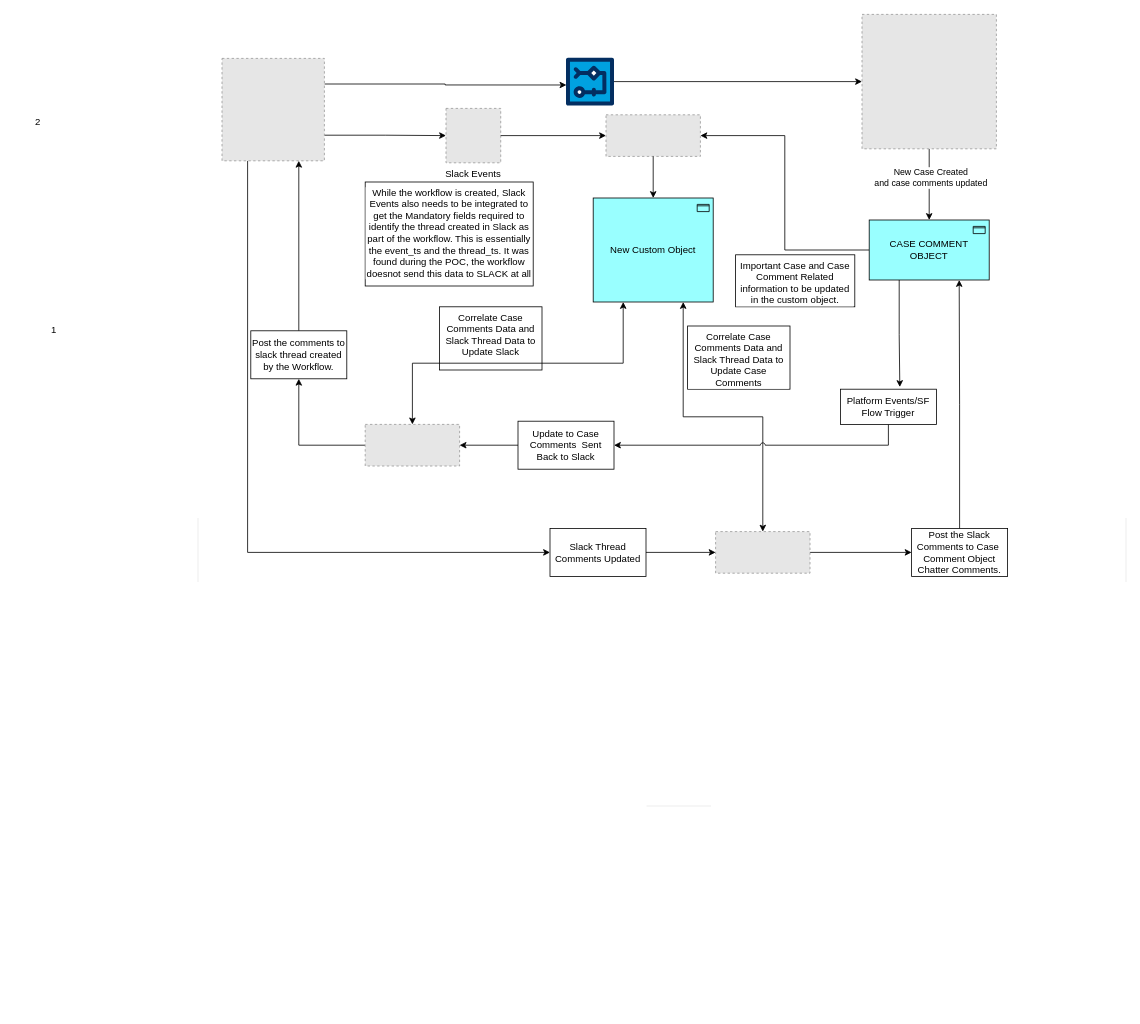
Before: Untitled Diagram.drawio in sumanchatterjee3/draw-io, a draw.io diagram. Source tidied: cells renumbered, new cells numbered last; positions are measured from the earlier drawing's top-left corner, leaving out a move shared by most shapes. Both pictures are drawn from the tidied source at 80%, with x=0, y=0 at pixel (14, 14). Pictures stored in the file or linked from it are replaced by grey dashed boxes.
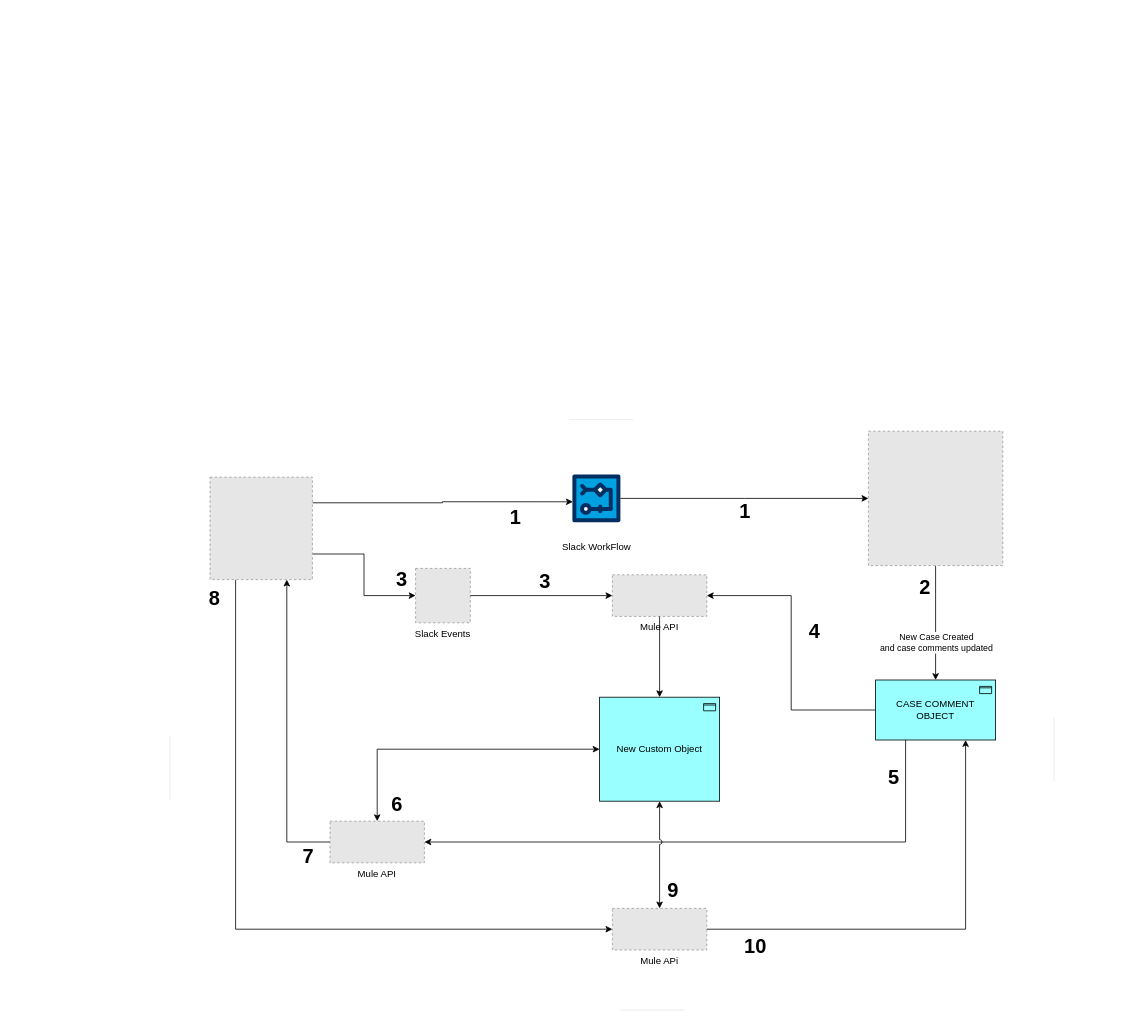
After the change.

The change refers to these unchanged cells:
```xml
<mxCell id="6" style="edgeStyle=orthogonalEdgeStyle;rounded=0;jettySize=auto;html=1;entryX=0.5;entryY=0;entryDx=0;entryDy=0;entryPerimeter=0;" parent="1" edge="1" source="8" target="14">
  <mxGeometry relative="1" as="geometry" />
</mxCell>
```

What changed in the source:
```diff
@@
-    <mxCell id="4" style="edgeStyle=orthogonalEdgeStyle;rounded=0;jettySize=auto;html=1;entryX=0;entryY=0.5;entryDx=0;entryDy=0;exitX=0.25;exitY=1;exitDx=0;exitDy=0;" parent="1" edge="1" source="5" target="18">
+    <mxCell id="4" style="edgeStyle=orthogonalEdgeStyle;rounded=0;jettySize=auto;html=1;entryX=0;entryY=0.5;entryDx=0;entryDy=0;exitX=0.25;exitY=1;exitDx=0;exitDy=0;" parent="1" edge="1" source="5" target="21">
       <mxGeometry relative="1" as="geometry" />
     </mxCell>
     <mxCell id="5" style="fillColor=#E6E6E6;strokeColor=#999999;dashed=1;html=1;verticalAlign=top;verticalLabelPosition=bottom;labelBackgroundColor=#ffffff;" parent="1" vertex="1">
-      <mxGeometry x="260" y="55.5" width="128" height="128" as="geometry" />
+      <mxGeometry x="245" y="579" width="128" height="128" as="geometry" />
     </mxCell>
@@
     <mxCell id="7" value="New Case Created&lt;br&gt;and case comments updated" style="edgeLabel;html=1;align=center;verticalAlign=middle;" parent="6" vertex="1">
-      <mxGeometry x="-0.2" y="1" relative="1" as="geometry" />
+      <mxGeometry x="-0.2" y="1" relative="1" as="geometry">
+        <mxPoint x="-1" y="39" as="offset" />
+      </mxGeometry>
     </mxCell>
     <mxCell id="8" style="fillColor=#E6E6E6;strokeColor=#999999;dashed=1;verticalLabelPosition=bottom;verticalAlign=top;" parent="1" vertex="1">
-      <mxGeometry x="1060" y="0.5" width="168" height="168" as="geometry" />
+      <mxGeometry x="1068" y="521.5" width="168" height="168" as="geometry" />
     </mxCell>
-    <mxCell id="9" style="edgeStyle=orthogonalEdgeStyle;rounded=0;jettySize=auto;html=1;entryX=0.5;entryY=1;entryDx=0;entryDy=0;" parent="1" edge="1" source="10" target="16">
+    <mxCell id="9" style="edgeStyle=orthogonalEdgeStyle;rounded=0;jettySize=auto;html=1;entryX=0.75;entryY=1;entryDx=0;entryDy=0;" parent="1" edge="1" source="10" target="5">
       <mxGeometry relative="1" as="geometry" />
     </mxCell>
-    <mxCell id="10" style="fillColor=#E6E6E6;strokeColor=#999999;dashed=1;verticalLabelPosition=bottom;verticalAlign=top;" parent="1" vertex="1">
-      <mxGeometry x="439" y="513" width="118" height="52" as="geometry" />
+    <mxCell id="10" value="Mule API" style="fillColor=#E6E6E6;strokeColor=#999999;dashed=1;verticalLabelPosition=bottom;verticalAlign=top;" parent="1" vertex="1">
+      <mxGeometry x="395" y="1009" width="118" height="52" as="geometry" />
     </mxCell>
-    <mxCell id="11" style="edgeStyle=orthogonalEdgeStyle;rounded=0;jettySize=auto;html=1;entryX=1;entryY=0.5;entryDx=0;entryDy=0;" parent="1" edge="1" source="12" target="10">
-      <mxGeometry relative="1" as="geometry" />
-    </mxCell>
-    <mxCell id="12" value="Update to Case Comments&amp;nbsp; Sent Back to Slack" style="rounded=0;whiteSpace=wrap;html=1;" parent="1" vertex="1">
-      <mxGeometry x="630" y="509" width="120" height="60" as="geometry" />
-    </mxCell>
@@
+    <mxCell id="45" style="edgeStyle=orthogonalEdgeStyle;rounded=0;jettySize=auto;html=1;exitX=0.25;exitY=1;exitDx=0;exitDy=0;exitPerimeter=0;entryX=1;entryY=0.5;entryDx=0;entryDy=0;" parent="1" edge="1" source="14" target="10">
+      <mxGeometry relative="1" as="geometry" />
+    </mxCell>
     <mxCell id="14" value="CASE COMMENT&lt;br&gt;OBJECT" style="html=1;outlineConnect=0;whiteSpace=wrap;fillColor=#99ffff;shape=mxgraph.archimate3.application;appType=passive;archiType=square;" parent="1" vertex="1">
-      <mxGeometry x="1069" y="257.5" width="150" height="75" as="geometry" />
+      <mxGeometry x="1077" y="832.5" width="150" height="75" as="geometry" />
     </mxCell>
-    <mxCell id="15" style="edgeStyle=orthogonalEdgeStyle;rounded=0;jettySize=auto;html=1;entryX=0.75;entryY=1;entryDx=0;entryDy=0;exitX=0.5;exitY=0;exitDx=0;exitDy=0;" parent="1" edge="1" source="16" target="5">
-      <mxGeometry relative="1" as="geometry" />
-    </mxCell>
-    <mxCell id="16" value="Post the comments to slack thread created by the Workflow." style="rounded=0;whiteSpace=wrap;html=1;" parent="1" vertex="1">
-      <mxGeometry x="296" y="396" width="120" height="60" as="geometry" />
-    </mxCell>
-    <mxCell id="17" style="edgeStyle=orthogonalEdgeStyle;rounded=0;jettySize=auto;html=1;entryX=0;entryY=0.5;entryDx=0;entryDy=0;" parent="1" edge="1" source="18" target="21">
-      <mxGeometry relative="1" as="geometry" />
-    </mxCell>
-    <mxCell id="18" value="Slack Thread Comments Updated" style="rounded=0;whiteSpace=wrap;html=1;" parent="1" vertex="1">
-      <mxGeometry x="670" y="643" width="120" height="60" as="geometry" />
-    </mxCell>
-    <mxCell id="19" value="Post the Slack Comments to Case&amp;nbsp; Comment Object Chatter Comments." style="rounded=0;whiteSpace=wrap;html=1;" parent="1" vertex="1">
-      <mxGeometry x="1122" y="643" width="120" height="60" as="geometry" />
-    </mxCell>
-    <mxCell id="20" style="edgeStyle=orthogonalEdgeStyle;rounded=0;jettySize=auto;html=1;entryX=0;entryY=0.5;entryDx=0;entryDy=0;" parent="1" edge="1" source="21" target="19">
-      <mxGeometry relative="1" as="geometry" />
-    </mxCell>
-    <mxCell id="21" style="fillColor=#E6E6E6;strokeColor=#999999;dashed=1;verticalLabelPosition=bottom;verticalAlign=top;" parent="1" vertex="1">
-      <mxGeometry x="877" y="647" width="118" height="52" as="geometry" />
+    <mxCell id="21" value="Mule APi" style="fillColor=#E6E6E6;strokeColor=#999999;dashed=1;verticalLabelPosition=bottom;verticalAlign=top;" parent="1" vertex="1">
+      <mxGeometry x="748" y="1118" width="118" height="52" as="geometry" />
     </mxCell>
-    <mxCell id="22" style="edgeStyle=orthogonalEdgeStyle;rounded=0;jettySize=auto;html=1;entryX=0.75;entryY=1;entryDx=0;entryDy=0;entryPerimeter=0;" parent="1" edge="1" source="19" target="14">
+    <mxCell id="22" style="edgeStyle=orthogonalEdgeStyle;rounded=0;jettySize=auto;html=1;entryX=0.75;entryY=1;entryDx=0;entryDy=0;entryPerimeter=0;exitX=1;exitY=0.5;exitDx=0;exitDy=0;" parent="1" edge="1" source="21" target="14">
       <mxGeometry relative="1" as="geometry" />
     </mxCell>
     <mxCell id="23" style="endArrow=none;dashed=1;html=1;dashPattern=1 3;strokeWidth=0;rounded=0;" parent="1" edge="1">
       <mxGeometry relative="1" as="geometry">
-        <mxPoint x="230" y="710" as="sourcePoint" />
-        <mxPoint x="230" y="630" as="targetPoint" />
+        <mxPoint x="195" y="982" as="sourcePoint" />
+        <mxPoint x="195" y="902" as="targetPoint" />
       </mxGeometry>
     </mxCell>
     <mxCell id="24" style="endArrow=none;dashed=1;html=1;dashPattern=1 3;strokeWidth=0;rounded=0;" parent="1" edge="1">
       <mxGeometry relative="1" as="geometry">
-        <mxPoint x="1390" y="710" as="sourcePoint" />
-        <mxPoint x="1390" y="630" as="targetPoint" />
+        <mxPoint x="1300" y="959" as="sourcePoint" />
+        <mxPoint x="1300" y="879" as="targetPoint" />
       </mxGeometry>
     </mxCell>
     <mxCell id="25" style="endArrow=none;dashed=1;html=1;dashPattern=1 3;strokeWidth=0;rounded=0;" parent="1" edge="1">
       <mxGeometry relative="1" as="geometry">
-        <mxPoint x="870" y="350" as="sourcePoint" />
-        <mxPoint x="789.4" y="350" as="targetPoint" />
+        <mxPoint x="878" y="925" as="sourcePoint" />
+        <mxPoint x="797.4" y="925" as="targetPoint" />
       </mxGeometry>
     </mxCell>
     <mxCell id="26" style="endArrow=none;dashed=1;html=1;dashPattern=1 3;strokeWidth=0;rounded=0;" parent="1" edge="1">
       <mxGeometry relative="1" as="geometry">
-        <mxPoint x="871.3" y="990" as="sourcePoint" />
-        <mxPoint x="790.7" y="990" as="targetPoint" />
+        <mxPoint x="838.6" y="1245" as="sourcePoint" />
+        <mxPoint x="758" y="1245" as="targetPoint" />
       </mxGeometry>
     </mxCell>
-    <mxCell id="27" value="While the workflow is created, Slack Events also needs to be integrated to get the Mandatory fields required to identify the thread created in Slack as part of the workflow. This is essentially the event_ts and the thread_ts. It was found during the POC, the workflow doesnot send this data to SLACK at all" style="whiteSpace=wrap;html=1;verticalAlign=top;labelBackgroundColor=#ffffff;" parent="1" vertex="1">
-      <mxGeometry x="439" y="210" width="210" height="130" as="geometry" />
-    </mxCell>
-    <mxCell id="28" style="edgeStyle=orthogonalEdgeStyle;rounded=0;jettySize=auto;html=1;exitX=0.75;exitY=1;exitDx=0;exitDy=0;exitPerimeter=0;entryX=0.5;entryY=0;entryDx=0;entryDy=0;jumpStyle=arc;startArrow=classic;startFill=1;" parent="1" edge="1" source="29" target="21">
+    <mxCell id="28" style="edgeStyle=orthogonalEdgeStyle;rounded=0;jettySize=auto;html=1;startArrow=classic;startFill=1;jumpStyle=arc;" parent="1" edge="1" source="29" target="21">
       <mxGeometry relative="1" as="geometry" />
     </mxCell>
     <mxCell id="29" value="New Custom Object" style="html=1;outlineConnect=0;whiteSpace=wrap;fillColor=#99ffff;shape=mxgraph.archimate3.application;appType=passive;archiType=square;" parent="1" vertex="1">
-      <mxGeometry x="724" y="230" width="150" height="130" as="geometry" />
+      <mxGeometry x="732" y="854" width="150" height="130" as="geometry" />
     </mxCell>
-    <mxCell id="30" value="2" style="text;html=1;strokeColor=none;fillColor=none;align=center;verticalAlign=middle;whiteSpace=wrap;rounded=0;" parent="1" vertex="1">
-      <mxGeometry y="120" width="60" height="30" as="geometry" />
-    </mxCell>
-    <mxCell id="31" value="1&lt;br&gt;" style="text;html=1;strokeColor=none;fillColor=none;align=center;verticalAlign=middle;whiteSpace=wrap;rounded=0;" parent="1" vertex="1">
-      <mxGeometry x="20" y="380" width="60" height="30" as="geometry" />
-    </mxCell>
@@
-    <mxCell id="33" style="verticalLabelPosition=bottom;html=1;shape=mxgraph.salesforce.workflow;" parent="1" vertex="1">
-      <mxGeometry x="690" y="54.5" width="60" height="60" as="geometry" />
+    <mxCell id="33" value="Slack WorkFlow" style="verticalLabelPosition=bottom;html=1;shape=mxgraph.salesforce.workflow;" parent="1" vertex="1">
+      <mxGeometry x="698" y="575.5" width="60" height="60" as="geometry" />
     </mxCell>
-    <mxCell id="34" value="Correlate Case Comments Data and Slack Thread Data to Update Slack" style="whiteSpace=wrap;html=1;verticalAlign=top;labelBackgroundColor=#ffffff;" parent="1" vertex="1">
-      <mxGeometry x="532" y="366" width="128" height="79" as="geometry" />
-    </mxCell>
     <mxCell id="35" value="Slack Events" style="fillColor=#E6E6E6;strokeColor=#999999;dashed=1;verticalLabelPosition=bottom;verticalAlign=top;" parent="1" vertex="1">
-      <mxGeometry x="540" y="118" width="68.4" height="68" as="geometry" />
+      <mxGeometry x="502" y="693" width="68.4" height="68" as="geometry" />
     </mxCell>
@@
-    <mxCell id="37" value="Important Case and Case Comment Related information to be updated in the custom object." style="whiteSpace=wrap;html=1;verticalAlign=top;labelBackgroundColor=#ffffff;" parent="1" vertex="1">
-      <mxGeometry x="902" y="301" width="149" height="65" as="geometry" />
-    </mxCell>
-    <mxCell id="38" style="edgeStyle=orthogonalEdgeStyle;rounded=0;jettySize=auto;html=1;exitX=0.25;exitY=1;exitDx=0;exitDy=0;exitPerimeter=0;entryX=0.5;entryY=0;entryDx=0;entryDy=0;startArrow=classic;startFill=1;" parent="1" edge="1" source="29" target="10">
-      <mxGeometry relative="1" as="geometry" />
+    <mxCell id="38" style="edgeStyle=orthogonalEdgeStyle;rounded=0;jettySize=auto;html=1;exitX=0;exitY=0.5;exitDx=0;exitDy=0;exitPerimeter=0;entryX=0.5;entryY=0;entryDx=0;entryDy=0;startArrow=classic;startFill=1;" parent="1" edge="1" source="29" target="10">
+      <mxGeometry relative="1" as="geometry">
+        <Array as="points">
+          <mxPoint x="454" y="919" />
+        </Array>
+      </mxGeometry>
     </mxCell>
-    <mxCell id="39" value="Correlate Case Comments Data and Slack Thread Data to Update Case Comments" style="whiteSpace=wrap;html=1;verticalAlign=top;labelBackgroundColor=#ffffff;" parent="1" vertex="1">
-      <mxGeometry x="842" y="390" width="128" height="79" as="geometry" />
-    </mxCell>
-    <mxCell id="40" style="edgeStyle=orthogonalEdgeStyle;rounded=0;jettySize=auto;html=1;entryX=0.619;entryY=-0.062;entryDx=0;entryDy=0;exitX=0.25;exitY=1;exitDx=0;exitDy=0;exitPerimeter=0;entryPerimeter=0;" parent="1" edge="1" source="14" target="42">
-      <mxGeometry relative="1" as="geometry" />
-    </mxCell>
-    <mxCell id="41" style="edgeStyle=orthogonalEdgeStyle;rounded=0;jettySize=auto;html=1;entryX=1;entryY=0.5;entryDx=0;entryDy=0;exitX=0.5;exitY=1;exitDx=0;exitDy=0;jumpStyle=arc;" parent="1" edge="1" source="42" target="12">
-      <mxGeometry relative="1" as="geometry" />
-    </mxCell>
-    <mxCell id="42" value="Platform Events/SF Flow Trigger" style="rounded=0;whiteSpace=wrap;html=1;" parent="1" vertex="1">
-      <mxGeometry x="1033" y="469" width="120" height="44" as="geometry" />
-    </mxCell>
-    <mxCell id="43" style="fillColor=#E6E6E6;strokeColor=#999999;dashed=1;verticalLabelPosition=bottom;verticalAlign=top;" parent="1" vertex="1">
-      <mxGeometry x="740" y="126" width="118" height="52" as="geometry" />
+    <mxCell id="43" value="Mule API" style="fillColor=#E6E6E6;strokeColor=#999999;dashed=1;verticalLabelPosition=bottom;verticalAlign=top;" parent="1" vertex="1">
+      <mxGeometry x="748" y="701" width="118" height="52" as="geometry" />
     </mxCell>
@@
+    <mxCell id="46" style="endArrow=none;dashed=1;html=1;dashPattern=1 3;strokeWidth=0;rounded=0;" parent="1" edge="1">
+      <mxGeometry relative="1" as="geometry">
+        <mxPoint x="774.6" y="507" as="sourcePoint" />
+        <mxPoint x="694" y="507" as="targetPoint" />
+      </mxGeometry>
+    </mxCell>
+    <mxCell id="47" value="&lt;b&gt;&lt;font style=&quot;font-size: 25px;&quot;&gt;1&lt;/font&gt;&lt;/b&gt;" style="text;html=1;strokeColor=none;fillColor=none;align=center;verticalAlign=middle;whiteSpace=wrap;rounded=0;" parent="1" vertex="1">
+      <mxGeometry x="597" y="613" width="60" height="30" as="geometry" />
+    </mxCell>
+    <mxCell id="48" value="&lt;b&gt;&lt;font style=&quot;font-size: 25px;&quot;&gt;1&lt;/font&gt;&lt;/b&gt;" style="text;html=1;strokeColor=none;fillColor=none;align=center;verticalAlign=middle;whiteSpace=wrap;rounded=0;" parent="1" vertex="1">
+      <mxGeometry x="884" y="605.5" width="60" height="30" as="geometry" />
+    </mxCell>
+    <mxCell id="30" value="&lt;b&gt;&lt;font style=&quot;font-size: 25px;&quot;&gt;2&lt;/font&gt;&lt;/b&gt;" style="text;html=1;strokeColor=none;fillColor=none;align=center;verticalAlign=middle;whiteSpace=wrap;rounded=0;" parent="1" vertex="1">
+      <mxGeometry x="1109" y="701" width="60" height="30" as="geometry" />
+    </mxCell>
+    <mxCell id="49" value="&lt;b&gt;&lt;font style=&quot;font-size: 25px;&quot;&gt;3&lt;/font&gt;&lt;/b&gt;" style="text;html=1;strokeColor=none;fillColor=none;align=center;verticalAlign=middle;whiteSpace=wrap;rounded=0;" parent="1" vertex="1">
+      <mxGeometry x="455" y="689.5" width="60" height="30" as="geometry" />
+    </mxCell>
+    <mxCell id="50" value="&lt;b&gt;&lt;font style=&quot;font-size: 25px;&quot;&gt;3&lt;/font&gt;&lt;/b&gt;" style="text;html=1;strokeColor=none;fillColor=none;align=center;verticalAlign=middle;whiteSpace=wrap;rounded=0;" parent="1" vertex="1">
+      <mxGeometry x="634" y="693" width="60" height="30" as="geometry" />
+    </mxCell>
+    <mxCell id="51" value="&lt;b&gt;&lt;font style=&quot;font-size: 25px;&quot;&gt;4&lt;/font&gt;&lt;/b&gt;" style="text;html=1;strokeColor=none;fillColor=none;align=center;verticalAlign=middle;whiteSpace=wrap;rounded=0;" parent="1" vertex="1">
+      <mxGeometry x="971" y="755" width="60" height="30" as="geometry" />
+    </mxCell>
+    <mxCell id="52" value="&lt;b&gt;&lt;font style=&quot;font-size: 25px;&quot;&gt;5&lt;/font&gt;&lt;/b&gt;" style="text;html=1;strokeColor=none;fillColor=none;align=center;verticalAlign=middle;whiteSpace=wrap;rounded=0;" parent="1" vertex="1">
+      <mxGeometry x="1070" y="938" width="60" height="30" as="geometry" />
+    </mxCell>
+    <mxCell id="53" value="&lt;b&gt;&lt;font style=&quot;font-size: 25px;&quot;&gt;6&lt;/font&gt;&lt;/b&gt;" style="text;html=1;strokeColor=none;fillColor=none;align=center;verticalAlign=middle;whiteSpace=wrap;rounded=0;" parent="1" vertex="1">
+      <mxGeometry x="449" y="972" width="60" height="30" as="geometry" />
+    </mxCell>
+    <mxCell id="54" value="&lt;b&gt;&lt;font style=&quot;font-size: 25px;&quot;&gt;7&lt;/font&gt;&lt;/b&gt;" style="text;html=1;strokeColor=none;fillColor=none;align=center;verticalAlign=middle;whiteSpace=wrap;rounded=0;" parent="1" vertex="1">
+      <mxGeometry x="338" y="1037" width="60" height="30" as="geometry" />
+    </mxCell>
+    <mxCell id="55" value="&lt;b&gt;&lt;font style=&quot;font-size: 25px;&quot;&gt;8&lt;/font&gt;&lt;/b&gt;" style="text;html=1;strokeColor=none;fillColor=none;align=center;verticalAlign=middle;whiteSpace=wrap;rounded=0;" parent="1" vertex="1">
+      <mxGeometry x="221" y="714" width="60" height="30" as="geometry" />
+    </mxCell>
+    <mxCell id="56" value="&lt;b&gt;&lt;font style=&quot;font-size: 25px;&quot;&gt;9&lt;/font&gt;&lt;/b&gt;" style="text;html=1;strokeColor=none;fillColor=none;align=center;verticalAlign=middle;whiteSpace=wrap;rounded=0;" parent="1" vertex="1">
+      <mxGeometry x="794" y="1079" width="60" height="30" as="geometry" />
+    </mxCell>
+    <mxCell id="57" value="&lt;b&gt;&lt;font style=&quot;font-size: 25px;&quot;&gt;10&lt;/font&gt;&lt;/b&gt;" style="text;html=1;strokeColor=none;fillColor=none;align=center;verticalAlign=middle;whiteSpace=wrap;rounded=0;" parent="1" vertex="1">
+      <mxGeometry x="897" y="1149" width="60" height="30" as="geometry" />
+    </mxCell>
```
